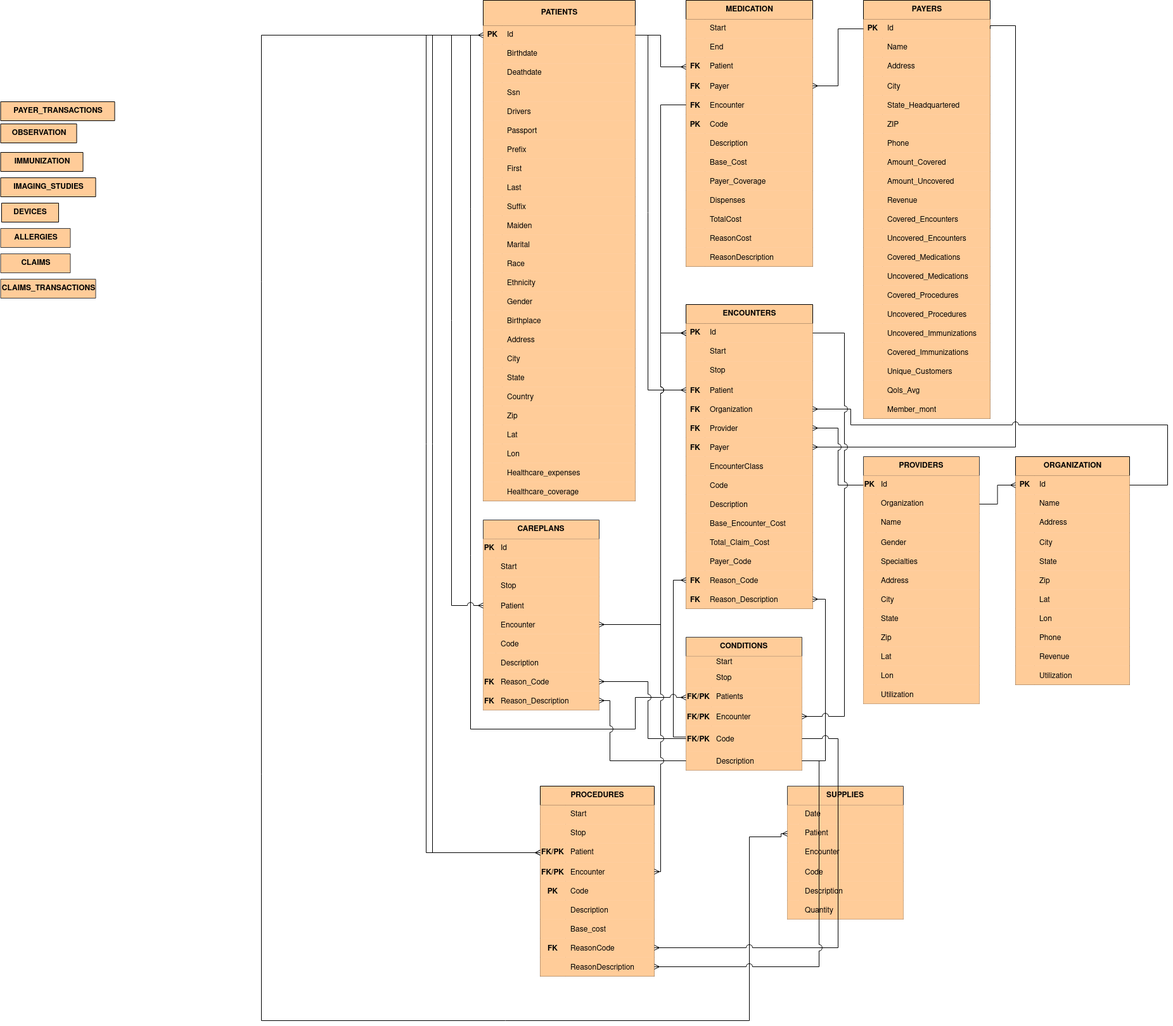
Before: BigDataProject.drawio.png, a diagram exported from draw.io (UtsuroNoArashi/BigDataProject). Source tidied: cells renumbered, new cells last; positions are measured from the earlier drawing's top-left corner, leaving out a move shared by most shapes.
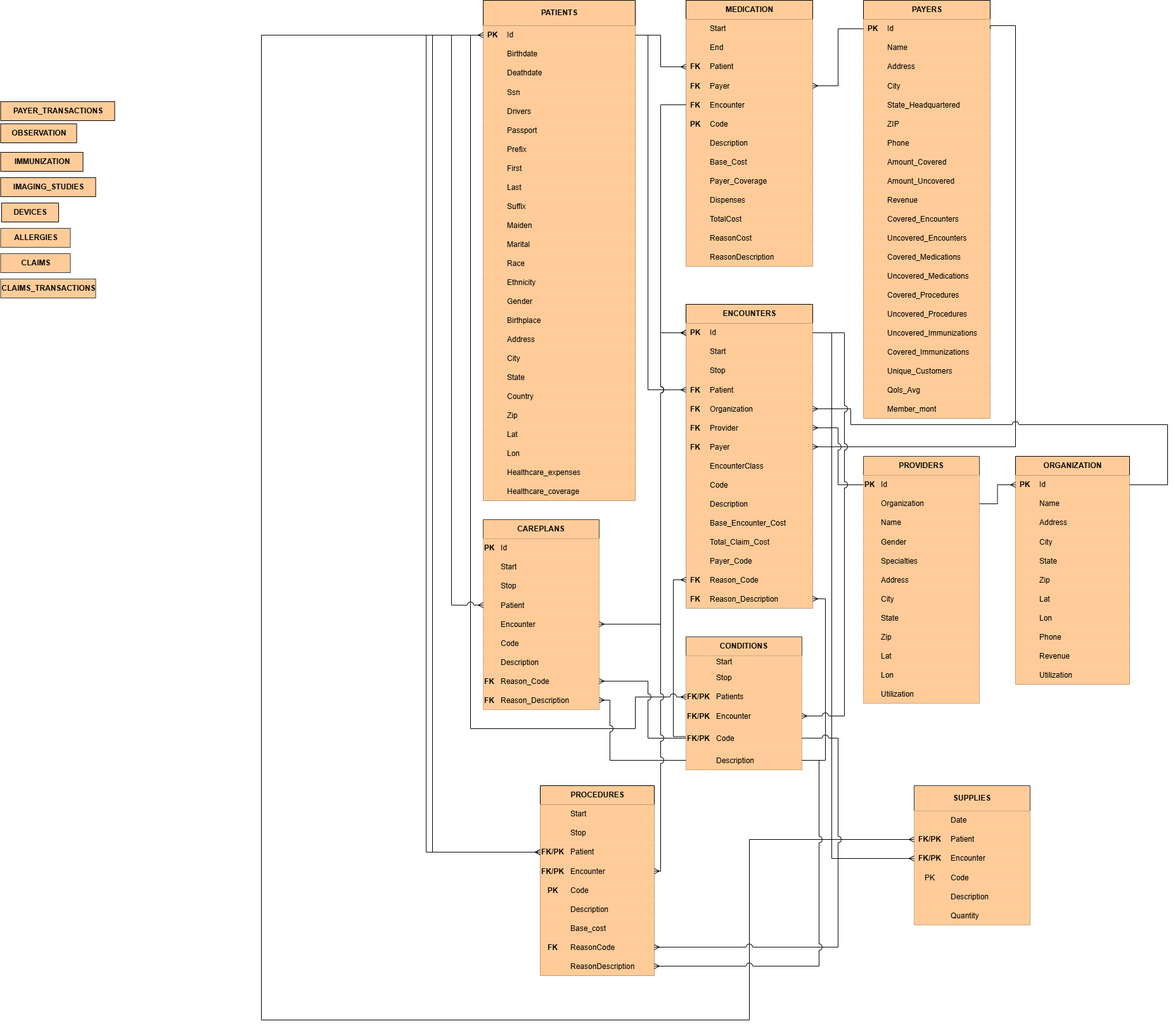
Later version of the same file.

What changed in the source:
```diff
@@ -2,62 +2,62 @@
   <root>
     <mxCell id="0" />
     <mxCell id="1" parent="0" />
-    <mxCell id="2" value="SUPPLIES" style="shape=table;startSize=30;rowLines=0;fontStyle=1;align=center;html=1;fillColor=light-dark(#FFCC99,#B98351);strokeColor=light-dark(#36393D,#DDE2E4);fontColor=light-dark(#000000,#000000);" parent="1" vertex="1">
-      <mxGeometry x="1242" y="1240" width="183" height="210" as="geometry" />
+    <mxCell id="2" value="SUPPLIES" style="shape=table;startSize=40;rowLines=0;fontStyle=1;align=center;html=1;fillColor=light-dark(#FFCC99,#B98351);strokeColor=light-dark(#36393D,#DDE2E4);fontColor=light-dark(#000000,#000000);" parent="1" vertex="1">
+      <mxGeometry x="1442" y="1240" width="183" height="220" as="geometry" />
     </mxCell>
     <mxCell id="3" style="shape=tableRow;horizontal=0;startSize=0;swimlaneHead=0;swimlaneBody=0;fillColor=light-dark(#FFCC99,#B98351);top=0;left=0;right=0;bottom=0;strokeColor=light-dark(#36393D,#DDE2E4);fontColor=light-dark(#000000,#000000);" parent="2" vertex="1">
-      <mxGeometry y="30" width="183" height="30" as="geometry" />
+      <mxGeometry y="40" width="183" height="30" as="geometry" />
     </mxCell>
     <mxCell id="4" style="shape=partialRectangle;fillColor=light-dark(#FFCC99,#B98351);top=0;left=0;bottom=0;right=0;overflow=hidden;whiteSpace=wrap;html=1;strokeColor=light-dark(#36393D,#DDE2E4);fontColor=light-dark(#000000,#000000);" parent="3" vertex="1">
-      <mxGeometry width="20" height="30" as="geometry" />
+      <mxGeometry width="50" height="30" as="geometry" />
     </mxCell>
     <mxCell id="5" value="Date" style="shape=partialRectangle;fillColor=light-dark(#FFCC99,#B98351);top=0;left=0;bottom=0;right=0;align=left;spacingLeft=6;overflow=hidden;whiteSpace=wrap;html=1;strokeColor=default;fontColor=light-dark(#000000,#000000);" parent="3" vertex="1">
-      <mxGeometry x="20" width="163" height="30" as="geometry" />
+      <mxGeometry x="50" width="133" height="30" as="geometry" />
     </mxCell>
     <mxCell id="6" style="shape=tableRow;horizontal=0;startSize=0;swimlaneHead=0;swimlaneBody=0;fillColor=light-dark(#FFCC99,#B98351);points=[[0,0.5],[1,0.5]];portConstraint=eastwest;top=0;left=0;right=0;bottom=0;strokeColor=light-dark(#36393D,#DDE2E4);fontColor=light-dark(#000000,#000000);" parent="2" vertex="1">
-      <mxGeometry y="60" width="183" height="30" as="geometry" />
+      <mxGeometry y="70" width="183" height="30" as="geometry" />
     </mxCell>
-    <mxCell id="7" style="shape=partialRectangle;fillColor=light-dark(#FFCC99,#B98351);top=0;left=0;bottom=0;right=0;overflow=hidden;whiteSpace=wrap;html=1;strokeColor=light-dark(#36393D,#DDE2E4);fontColor=light-dark(#000000,#000000);" parent="6" vertex="1">
-      <mxGeometry width="20" height="30" as="geometry" />
+    <mxCell id="7" value="&lt;b&gt;FK/PK&lt;/b&gt;" style="shape=partialRectangle;fillColor=light-dark(#FFCC99,#B98351);top=0;left=0;bottom=0;right=0;overflow=hidden;whiteSpace=wrap;html=1;strokeColor=light-dark(#36393D,#DDE2E4);fontColor=light-dark(#000000,#000000);" parent="6" vertex="1">
+      <mxGeometry width="50" height="30" as="geometry" />
     </mxCell>
     <mxCell id="8" value="Patient" style="shape=partialRectangle;fillColor=light-dark(#FFCC99,#B98351);top=0;left=0;bottom=0;right=0;align=left;spacingLeft=6;overflow=hidden;whiteSpace=wrap;html=1;strokeColor=default;fontColor=light-dark(#000000,#000000);" parent="6" vertex="1">
-      <mxGeometry x="20" width="163" height="30" as="geometry" />
+      <mxGeometry x="50" width="133" height="30" as="geometry" />
     </mxCell>
     <mxCell id="9" style="shape=tableRow;horizontal=0;startSize=0;swimlaneHead=0;swimlaneBody=0;fillColor=light-dark(#FFCC99,#B98351);points=[[0,0.5],[1,0.5]];portConstraint=eastwest;top=0;left=0;right=0;bottom=0;strokeColor=light-dark(#36393D,#DDE2E4);fontColor=light-dark(#000000,#000000);" parent="2" vertex="1">
-      <mxGeometry y="90" width="183" height="30" as="geometry" />
+      <mxGeometry y="100" width="183" height="30" as="geometry" />
     </mxCell>
-    <mxCell id="10" style="shape=partialRectangle;fillColor=light-dark(#FFCC99,#B98351);top=0;left=0;bottom=0;right=0;overflow=hidden;whiteSpace=wrap;html=1;strokeColor=light-dark(#36393D,#DDE2E4);fontColor=light-dark(#000000,#000000);" parent="9" vertex="1">
-      <mxGeometry width="20" height="30" as="geometry" />
+    <mxCell id="10" value="&lt;b&gt;FK/PK&lt;/b&gt;" style="shape=partialRectangle;fillColor=light-dark(#FFCC99,#B98351);top=0;left=0;bottom=0;right=0;overflow=hidden;whiteSpace=wrap;html=1;strokeColor=light-dark(#36393D,#DDE2E4);fontColor=light-dark(#000000,#000000);" parent="9" vertex="1">
+      <mxGeometry width="50" height="30" as="geometry" />
     </mxCell>
     <mxCell id="11" value="Encounter" style="shape=partialRectangle;fillColor=light-dark(#FFCC99,#B98351);top=0;left=0;bottom=0;right=0;align=left;spacingLeft=6;overflow=hidden;whiteSpace=wrap;html=1;strokeColor=default;fontColor=light-dark(#000000,#000000);" parent="9" vertex="1">
-      <mxGeometry x="20" width="163" height="30" as="geometry" />
+      <mxGeometry x="50" width="133" height="30" as="geometry" />
     </mxCell>
     <mxCell id="12" style="shape=tableRow;horizontal=0;startSize=0;swimlaneHead=0;swimlaneBody=0;fillColor=light-dark(#FFCC99,#B98351);top=0;left=0;right=0;bottom=0;strokeColor=light-dark(#36393D,#DDE2E4);fontColor=light-dark(#000000,#000000);" parent="2" vertex="1">
-      <mxGeometry y="120" width="183" height="30" as="geometry" />
+      <mxGeometry y="130" width="183" height="30" as="geometry" />
     </mxCell>
-    <mxCell id="13" style="shape=partialRectangle;fillColor=light-dark(#FFCC99,#B98351);top=0;left=0;bottom=0;right=0;overflow=hidden;strokeColor=light-dark(#36393D,#DDE2E4);fontColor=light-dark(#000000,#000000);" parent="12" vertex="1">
-      <mxGeometry width="20" height="30" as="geometry" />
+    <mxCell id="13" value="PK" style="shape=partialRectangle;fillColor=light-dark(#FFCC99,#B98351);top=0;left=0;bottom=0;right=0;overflow=hidden;strokeColor=light-dark(#36393D,#DDE2E4);fontColor=light-dark(#000000,#000000);" parent="12" vertex="1">
+      <mxGeometry width="50" height="30" as="geometry" />
     </mxCell>
     <mxCell id="14" value="Code" style="shape=partialRectangle;fillColor=light-dark(#FFCC99,#B98351);top=0;left=0;bottom=0;right=0;align=left;spacingLeft=6;overflow=hidden;strokeColor=default;fontColor=light-dark(#000000,#000000);" parent="12" vertex="1">
-      <mxGeometry x="20" width="163" height="30" as="geometry" />
+      <mxGeometry x="50" width="133" height="30" as="geometry" />
     </mxCell>
     <mxCell id="15" style="shape=tableRow;horizontal=0;startSize=0;swimlaneHead=0;swimlaneBody=0;fillColor=light-dark(#FFCC99,#B98351);top=0;left=0;right=0;bottom=0;strokeColor=light-dark(#36393D,#DDE2E4);fontColor=light-dark(#000000,#000000);" parent="2" vertex="1">
-      <mxGeometry y="150" width="183" height="30" as="geometry" />
+      <mxGeometry y="160" width="183" height="30" as="geometry" />
     </mxCell>
     <mxCell id="16" style="shape=partialRectangle;fillColor=light-dark(#FFCC99,#B98351);top=0;left=0;bottom=0;right=0;overflow=hidden;strokeColor=light-dark(#36393D,#DDE2E4);fontColor=light-dark(#000000,#000000);" parent="15" vertex="1">
-      <mxGeometry width="20" height="30" as="geometry" />
+      <mxGeometry width="50" height="30" as="geometry" />
     </mxCell>
     <mxCell id="17" value="Description    " style="shape=partialRectangle;fillColor=light-dark(#FFCC99,#B98351);top=0;left=0;bottom=0;right=0;align=left;spacingLeft=6;overflow=hidden;strokeColor=default;fontColor=light-dark(#000000,#000000);" parent="15" vertex="1">
-      <mxGeometry x="20" width="163" height="30" as="geometry" />
+      <mxGeometry x="50" width="133" height="30" as="geometry" />
     </mxCell>
     <mxCell id="18" style="shape=tableRow;horizontal=0;startSize=0;swimlaneHead=0;swimlaneBody=0;fillColor=light-dark(#FFCC99,#B98351);top=0;left=0;right=0;bottom=0;strokeColor=light-dark(#36393D,#DDE2E4);fontColor=light-dark(#000000,#000000);" parent="2" vertex="1">
-      <mxGeometry y="180" width="183" height="30" as="geometry" />
+      <mxGeometry y="190" width="183" height="30" as="geometry" />
     </mxCell>
     <mxCell id="19" style="shape=partialRectangle;fillColor=light-dark(#FFCC99,#B98351);top=0;left=0;bottom=0;right=0;overflow=hidden;strokeColor=light-dark(#36393D,#DDE2E4);fontColor=light-dark(#000000,#000000);" parent="18" vertex="1">
-      <mxGeometry width="20" height="30" as="geometry" />
+      <mxGeometry width="50" height="30" as="geometry" />
     </mxCell>
     <mxCell id="20" value="Quantity" style="shape=partialRectangle;fillColor=light-dark(#FFCC99,#B98351);top=0;left=0;bottom=0;right=0;align=left;spacingLeft=6;overflow=hidden;strokeColor=default;fontColor=light-dark(#000000,#000000);" parent="18" vertex="1">
-      <mxGeometry x="20" width="163" height="30" as="geometry" />
+      <mxGeometry x="50" width="133" height="30" as="geometry" />
     </mxCell>
     <mxCell id="21" value="PROVIDERS" style="shape=table;startSize=30;rowLines=0;fontStyle=1;align=center;html=1;fillColor=light-dark(#FFCC99,#B98351);strokeColor=light-dark(#36393D,#DDE2E4);fontColor=light-dark(#000000,#000000);" parent="1" vertex="1">
       <mxGeometry x="1362" y="720" width="183" height="390" as="geometry" />
@@ -1323,15 +1323,13 @@
         </Array>
       </mxGeometry>
     </mxCell>
-    <mxCell id="419" style="edgeStyle=orthogonalEdgeStyle;rounded=0;jettySize=auto;html=1;endArrow=ERmany;endFill=0;" parent="1" edge="1" source="182" target="6">
+    <mxCell id="419" style="edgeStyle=orthogonalEdgeStyle;rounded=0;jettySize=auto;html=1;endArrow=ERmany;endFill=0;entryX=0;entryY=0.5;entryDx=0;entryDy=0;" parent="1" edge="1" source="182" target="6">
       <mxGeometry relative="1" as="geometry">
         <Array as="points">
           <mxPoint x="412" y="55" />
           <mxPoint x="412" y="1610" />
           <mxPoint x="1182" y="1610" />
-          <mxPoint x="1182" y="1320" />
-          <mxPoint x="1232" y="1320" />
-          <mxPoint x="1232" y="1315" />
+          <mxPoint x="1182" y="1325" />
         </Array>
       </mxGeometry>
     </mxCell>
@@ -1359,5 +1357,13 @@
         </Array>
       </mxGeometry>
     </mxCell>
+    <mxCell id="423" style="edgeStyle=orthogonalEdgeStyle;rounded=0;jettySize=auto;html=1;endArrow=ERmany;endFill=0;entryX=0;entryY=0.5;entryDx=0;entryDy=0;" parent="1" edge="1" source="336" target="9">
+      <mxGeometry relative="1" as="geometry">
+        <Array as="points">
+          <mxPoint x="1312" y="525" />
+          <mxPoint x="1312" y="1355" />
+        </Array>
+      </mxGeometry>
+    </mxCell>
   </root>
 </mxGraphModel>
```
